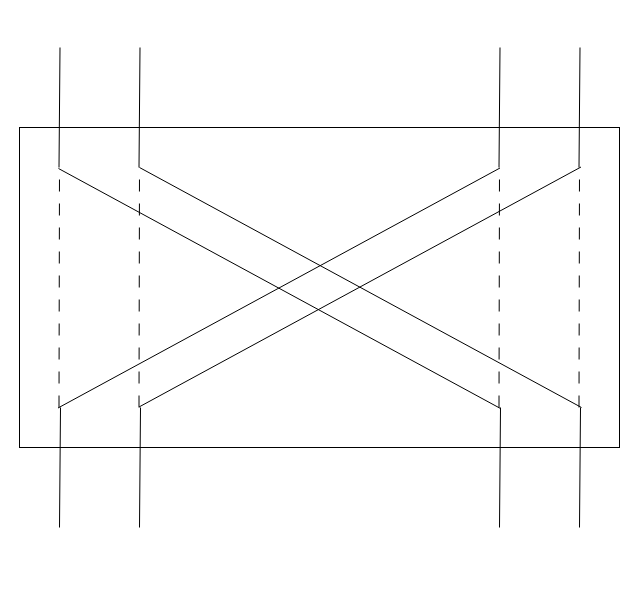
Earlier version of the draw.io diagram write/diagrams/comparator.drawio (UM-PCL/biton). Source tidied: cells renumbered, new cells numbered last; positions are measured from the earlier drawing's top-left corner, leaving out a move shared by most shapes. Both pictures are drawn from the tidied source at 100%, with x=0, y=0 at pixel (19, 47).
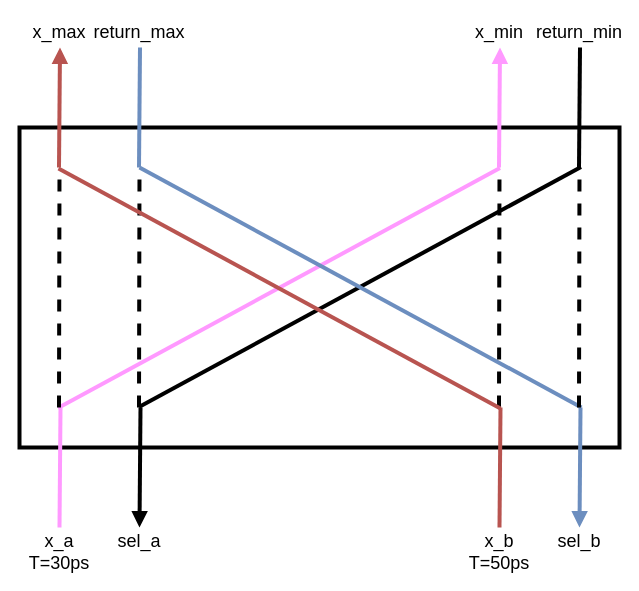
The same page after the edit.

What changed in the source:
```diff
@@
-    <mxCell id="2" style="rounded=0;whiteSpace=wrap;html=1;" parent="1" vertex="1">
+    <mxCell id="2" style="rounded=0;whiteSpace=wrap;html=1;strokeWidth=4;" parent="1" vertex="1">
       <mxGeometry y="80" width="600" height="320" as="geometry" />
     </mxCell>
-    <mxCell id="3" style="endArrow=none;html=1;rounded=0;" parent="1" edge="1">
+    <mxCell id="3" style="endArrow=none;html=1;rounded=0;strokeColor=#FF99FF;strokeWidth=4;" parent="1" edge="1">
       <mxGeometry relative="1" as="geometry">
         <mxPoint x="40" y="480" as="sourcePoint" />
         <mxPoint x="41" y="360" as="targetPoint" />
       </mxGeometry>
     </mxCell>
-    <mxCell id="4" style="endArrow=none;html=1;rounded=0;" parent="1" edge="1">
+    <mxCell id="4" style="endArrow=none;html=1;rounded=0;startArrow=block;startFill=1;strokeWidth=4;" parent="1" edge="1">
       <mxGeometry relative="1" as="geometry">
         <mxPoint x="120" y="480" as="sourcePoint" />
         <mxPoint x="121" y="360" as="targetPoint" />
       </mxGeometry>
     </mxCell>
-    <mxCell id="5" style="endArrow=none;html=1;rounded=0;" parent="1" edge="1">
+    <mxCell id="5" style="endArrow=none;html=1;rounded=0;startArrow=block;startFill=1;fillColor=#dae8fc;strokeColor=#6c8ebf;strokeWidth=4;" parent="1" edge="1">
       <mxGeometry relative="1" as="geometry">
         <mxPoint x="560" y="480" as="sourcePoint" />
         <mxPoint x="561" y="360" as="targetPoint" />
       </mxGeometry>
     </mxCell>
-    <mxCell id="6" style="endArrow=none;html=1;rounded=0;" parent="1" edge="1">
+    <mxCell id="6" style="endArrow=none;html=1;rounded=0;fillColor=#f8cecc;strokeColor=#b85450;strokeWidth=4;" parent="1" edge="1">
       <mxGeometry relative="1" as="geometry">
         <mxPoint x="480" y="480" as="sourcePoint" />
         <mxPoint x="481" y="360" as="targetPoint" />
       </mxGeometry>
     </mxCell>
-    <mxCell id="7" style="endArrow=none;html=1;rounded=0;" parent="1" edge="1">
+    <mxCell id="7" style="endArrow=block;html=1;rounded=0;startArrow=none;startFill=0;endFill=1;fillColor=#f8cecc;strokeColor=#b85450;strokeWidth=4;" parent="1" edge="1">
       <mxGeometry relative="1" as="geometry">
         <mxPoint x="39.5" y="120" as="sourcePoint" />
         <mxPoint x="40.5" as="targetPoint" />
       </mxGeometry>
     </mxCell>
-    <mxCell id="8" style="endArrow=none;html=1;rounded=0;" parent="1" edge="1">
+    <mxCell id="8" style="endArrow=none;html=1;rounded=0;fillColor=#dae8fc;strokeColor=#6c8ebf;strokeWidth=4;" parent="1" edge="1">
       <mxGeometry relative="1" as="geometry">
         <mxPoint x="119.5" y="120" as="sourcePoint" />
         <mxPoint x="120.5" as="targetPoint" />
       </mxGeometry>
     </mxCell>
-    <mxCell id="9" style="endArrow=none;html=1;rounded=0;" parent="1" edge="1">
+    <mxCell id="9" style="endArrow=none;html=1;rounded=0;strokeWidth=4;" parent="1" edge="1">
       <mxGeometry relative="1" as="geometry">
         <mxPoint x="559.5" y="120" as="sourcePoint" />
         <mxPoint x="560.5" as="targetPoint" />
       </mxGeometry>
     </mxCell>
-    <mxCell id="10" style="endArrow=none;html=1;rounded=0;" parent="1" edge="1">
+    <mxCell id="10" style="endArrow=block;html=1;rounded=0;startArrow=none;startFill=0;endFill=1;strokeColor=#FF99FF;strokeWidth=4;" parent="1" edge="1">
       <mxGeometry relative="1" as="geometry">
         <mxPoint x="479.5" y="120" as="sourcePoint" />
         <mxPoint x="480.5" as="targetPoint" />
       </mxGeometry>
     </mxCell>
-    <mxCell id="11" style="endArrow=none;html=1;rounded=0;" parent="1" edge="1">
-      <mxGeometry relative="1" as="geometry">
-        <mxPoint x="39" y="121" as="sourcePoint" />
-        <mxPoint x="481" y="361" as="targetPoint" />
-      </mxGeometry>
-    </mxCell>
+    <mxCell id="14" style="endArrow=none;html=1;rounded=0;strokeWidth=4;" parent="1" edge="1">
+      <mxGeometry relative="1" as="geometry">
+        <mxPoint x="561.5" y="119.5" as="sourcePoint" />
+        <mxPoint x="119.5" y="359.5" as="targetPoint" />
+      </mxGeometry>
+    </mxCell>
+    <mxCell id="13" style="endArrow=none;html=1;rounded=0;strokeColor=#FF99FF;strokeWidth=4;" parent="1" edge="1">
+      <mxGeometry relative="1" as="geometry">
+        <mxPoint x="480.5" y="120.5" as="sourcePoint" />
+        <mxPoint x="38.5" y="360.5" as="targetPoint" />
+      </mxGeometry>
+    </mxCell>
-    <mxCell id="12" style="endArrow=none;html=1;rounded=0;" parent="1" edge="1">
+    <mxCell id="12" style="endArrow=none;html=1;rounded=0;fillColor=#dae8fc;strokeColor=#6c8ebf;strokeWidth=4;" parent="1" edge="1">
       <mxGeometry relative="1" as="geometry">
         <mxPoint x="120" y="120" as="sourcePoint" />
         <mxPoint x="562" y="360" as="targetPoint" />
       </mxGeometry>
     </mxCell>
-    <mxCell id="13" style="endArrow=none;html=1;rounded=0;" parent="1" edge="1">
-      <mxGeometry relative="1" as="geometry">
-        <mxPoint x="480.5" y="120.5" as="sourcePoint" />
-        <mxPoint x="38.5" y="360.5" as="targetPoint" />
-      </mxGeometry>
-    </mxCell>
-    <mxCell id="14" style="endArrow=none;html=1;rounded=0;" parent="1" edge="1">
-      <mxGeometry relative="1" as="geometry">
-        <mxPoint x="561.5" y="119.5" as="sourcePoint" />
-        <mxPoint x="119.5" y="359.5" as="targetPoint" />
-      </mxGeometry>
-    </mxCell>
-    <mxCell id="15" style="endArrow=none;html=1;rounded=0;dashed=1;dashPattern=12 12;" parent="1" edge="1">
+    <mxCell id="15" style="endArrow=none;html=1;rounded=0;dashed=1;strokeWidth=4;" parent="1" edge="1">
       <mxGeometry relative="1" as="geometry">
         <mxPoint x="39.5" y="360" as="sourcePoint" />
         <mxPoint x="40" y="120" as="targetPoint" />
       </mxGeometry>
     </mxCell>
-    <mxCell id="16" style="endArrow=none;html=1;rounded=0;dashed=1;dashPattern=12 12;" parent="1" edge="1">
+    <mxCell id="16" style="endArrow=none;html=1;rounded=0;dashed=1;strokeWidth=4;" parent="1" edge="1">
       <mxGeometry relative="1" as="geometry">
         <mxPoint x="119.5" y="360" as="sourcePoint" />
         <mxPoint x="120" y="120" as="targetPoint" />
       </mxGeometry>
     </mxCell>
-    <mxCell id="17" style="endArrow=none;html=1;rounded=0;dashed=1;dashPattern=12 12;" parent="1" edge="1">
+    <mxCell id="17" style="endArrow=none;html=1;rounded=0;dashed=1;strokeWidth=4;" parent="1" edge="1">
       <mxGeometry relative="1" as="geometry">
         <mxPoint x="559.5" y="360" as="sourcePoint" />
         <mxPoint x="560" y="120" as="targetPoint" />
       </mxGeometry>
     </mxCell>
-    <mxCell id="18" style="endArrow=none;html=1;rounded=0;dashed=1;dashPattern=12 12;" parent="1" edge="1">
+    <mxCell id="18" style="endArrow=none;html=1;rounded=0;dashed=1;strokeWidth=4;" parent="1" edge="1">
       <mxGeometry relative="1" as="geometry">
         <mxPoint x="479.5" y="360" as="sourcePoint" />
         <mxPoint x="480" y="120" as="targetPoint" />
       </mxGeometry>
     </mxCell>
+    <mxCell id="19" value="&lt;div&gt;x_a&lt;/div&gt;&lt;div&gt;T=30ps&lt;br&gt;&lt;/div&gt;" style="text;html=1;align=center;verticalAlign=middle;whiteSpace=wrap;rounded=0;fontSize=18;" parent="1" vertex="1">
+      <mxGeometry x="10" y="490" width="60" height="30" as="geometry" />
+    </mxCell>
+    <mxCell id="20" value="&lt;div&gt;sel_a&lt;/div&gt;&lt;div&gt;&lt;br&gt;&lt;/div&gt;" style="text;html=1;align=center;verticalAlign=middle;whiteSpace=wrap;rounded=0;fontSize=18;" parent="1" vertex="1">
+      <mxGeometry x="90" y="490" width="60" height="30" as="geometry" />
+    </mxCell>
+    <mxCell id="21" value="&lt;div style=&quot;font-size: 18px;&quot;&gt;x_b&lt;/div&gt;&lt;div&gt;T=50ps&lt;br&gt;&lt;/div&gt;" style="text;html=1;align=center;verticalAlign=middle;whiteSpace=wrap;rounded=0;fontSize=18;" parent="1" vertex="1">
+      <mxGeometry x="450" y="490" width="60" height="30" as="geometry" />
+    </mxCell>
+    <mxCell id="22" value="&lt;div&gt;sel_b&lt;/div&gt;&lt;div&gt;&lt;br&gt;&lt;/div&gt;" style="text;html=1;align=center;verticalAlign=middle;whiteSpace=wrap;rounded=0;fontSize=18;" parent="1" vertex="1">
+      <mxGeometry x="530" y="490" width="60" height="30" as="geometry" />
+    </mxCell>
+    <mxCell id="23" value="x_max" style="text;html=1;align=center;verticalAlign=middle;whiteSpace=wrap;rounded=0;fontSize=18;" parent="1" vertex="1">
+      <mxGeometry x="10" y="-30" width="60" height="30" as="geometry" />
+    </mxCell>
+    <mxCell id="24" value="&lt;div style=&quot;font-size: 18px;&quot;&gt;return_max&lt;/div&gt;" style="text;html=1;align=center;verticalAlign=middle;whiteSpace=wrap;rounded=0;fontSize=18;" parent="1" vertex="1">
+      <mxGeometry x="90" y="-30" width="60" height="30" as="geometry" />
+    </mxCell>
+    <mxCell id="25" value="x_min" style="text;html=1;align=center;verticalAlign=middle;whiteSpace=wrap;rounded=0;fontSize=18;" parent="1" vertex="1">
+      <mxGeometry x="450" y="-30" width="60" height="30" as="geometry" />
+    </mxCell>
+    <mxCell id="26" value="return_min" style="text;html=1;align=center;verticalAlign=middle;whiteSpace=wrap;rounded=0;fontSize=18;" parent="1" vertex="1">
+      <mxGeometry x="530" y="-30" width="60" height="30" as="geometry" />
+    </mxCell>
+    <mxCell id="11" style="endArrow=none;html=1;rounded=0;fillColor=#f8cecc;strokeColor=#b85450;strokeWidth=4;" parent="1" edge="1">
+      <mxGeometry relative="1" as="geometry">
+        <mxPoint x="39" y="121" as="sourcePoint" />
+        <mxPoint x="481" y="361" as="targetPoint" />
+      </mxGeometry>
+    </mxCell>
```
